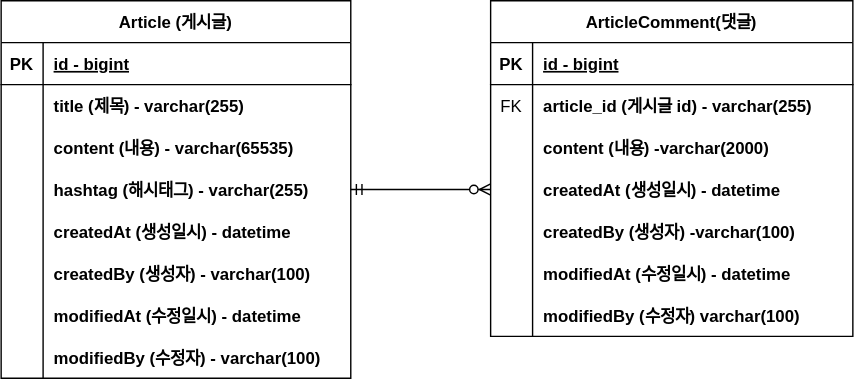
This is project-board-erd.svg from ddudukda/1st_project, a draw.io export, as it was before one commit. Source tidied: cells renumbered, new cells last; positions are measured from the earlier drawing's top-left corner, leaving out a move shared by most shapes.
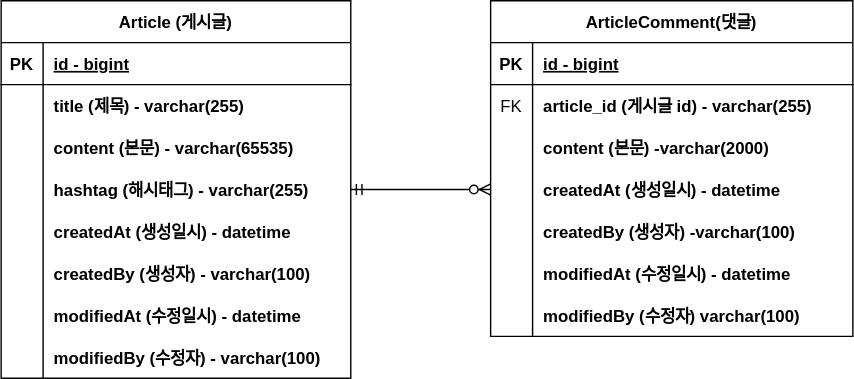
After the change.

Commit message:
#8 - ERD 주석 업데이트: project-board-erd.svg

Change to the diagram source:
```diff
@@ -29,7 +29,7 @@
     <mxCell id="10" style="shape=partialRectangle;fillColor=none;top=0;left=0;bottom=0;right=0;overflow=hidden;fontStyle=1;" parent="9" vertex="1">
       <mxGeometry width="30" height="30" as="geometry" />
     </mxCell>
-    <mxCell id="11" value="content (내용) - varchar(65535)" style="shape=partialRectangle;fillColor=none;top=0;left=0;bottom=0;right=0;align=left;spacingLeft=6;overflow=hidden;fontStyle=1;" parent="9" vertex="1">
+    <mxCell id="11" value="content (본문) - varchar(65535)" style="shape=partialRectangle;fillColor=none;top=0;left=0;bottom=0;right=0;align=left;spacingLeft=6;overflow=hidden;fontStyle=1;" parent="9" vertex="1">
       <mxGeometry x="30" width="220" height="30" as="geometry" />
     </mxCell>
     <mxCell id="12" style="shape=tableRow;horizontal=0;startSize=0;swimlaneHead=0;swimlaneBody=0;fillColor=none;points=[[0,0.5],[1,0.5]];portConstraint=eastwest;top=0;left=0;right=0;bottom=0;fontStyle=1;" parent="2" vertex="1">
@@ -104,7 +104,7 @@
     <mxCell id="35" style="shape=partialRectangle;fillColor=none;top=0;left=0;bottom=0;right=0;overflow=hidden;" parent="34" vertex="1">
       <mxGeometry width="30" height="30" as="geometry" />
     </mxCell>
-    <mxCell id="36" value="content (내용) -varchar(2000)" style="shape=partialRectangle;fillColor=none;top=0;left=0;bottom=0;right=0;align=left;spacingLeft=6;overflow=hidden;fontStyle=1;" parent="34" vertex="1">
+    <mxCell id="36" value="content (본문) -varchar(2000)" style="shape=partialRectangle;fillColor=none;top=0;left=0;bottom=0;right=0;align=left;spacingLeft=6;overflow=hidden;fontStyle=1;" parent="34" vertex="1">
       <mxGeometry x="30" width="229" height="30" as="geometry" />
     </mxCell>
     <mxCell id="37" style="shape=tableRow;horizontal=0;startSize=0;swimlaneHead=0;swimlaneBody=0;fillColor=none;points=[[0,0.5],[1,0.5]];portConstraint=eastwest;top=0;left=0;right=0;bottom=0;" parent="27" vertex="1">
```
